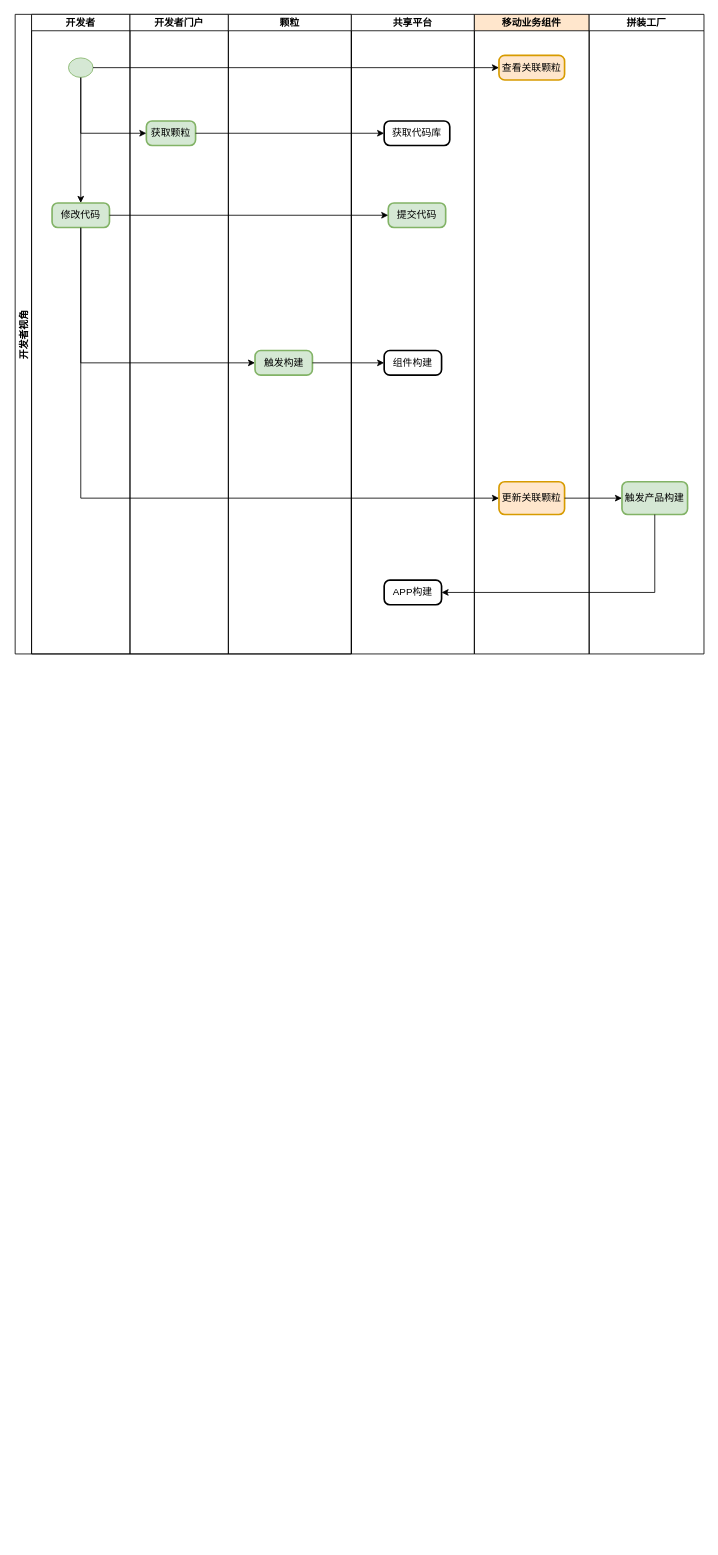
The draw.io diagram page "定制流程" (9 of 26) of nd-apf.drawio in kwhitestone/drawio, before the edit. Source tidied: cells renumbered, new cells numbered last; positions are measured from the earlier drawing's top-left corner, leaving out a move shared by most shapes. Both pictures are drawn from the tidied source at 82%, with x=0, y=0 at pixel (15, 14).
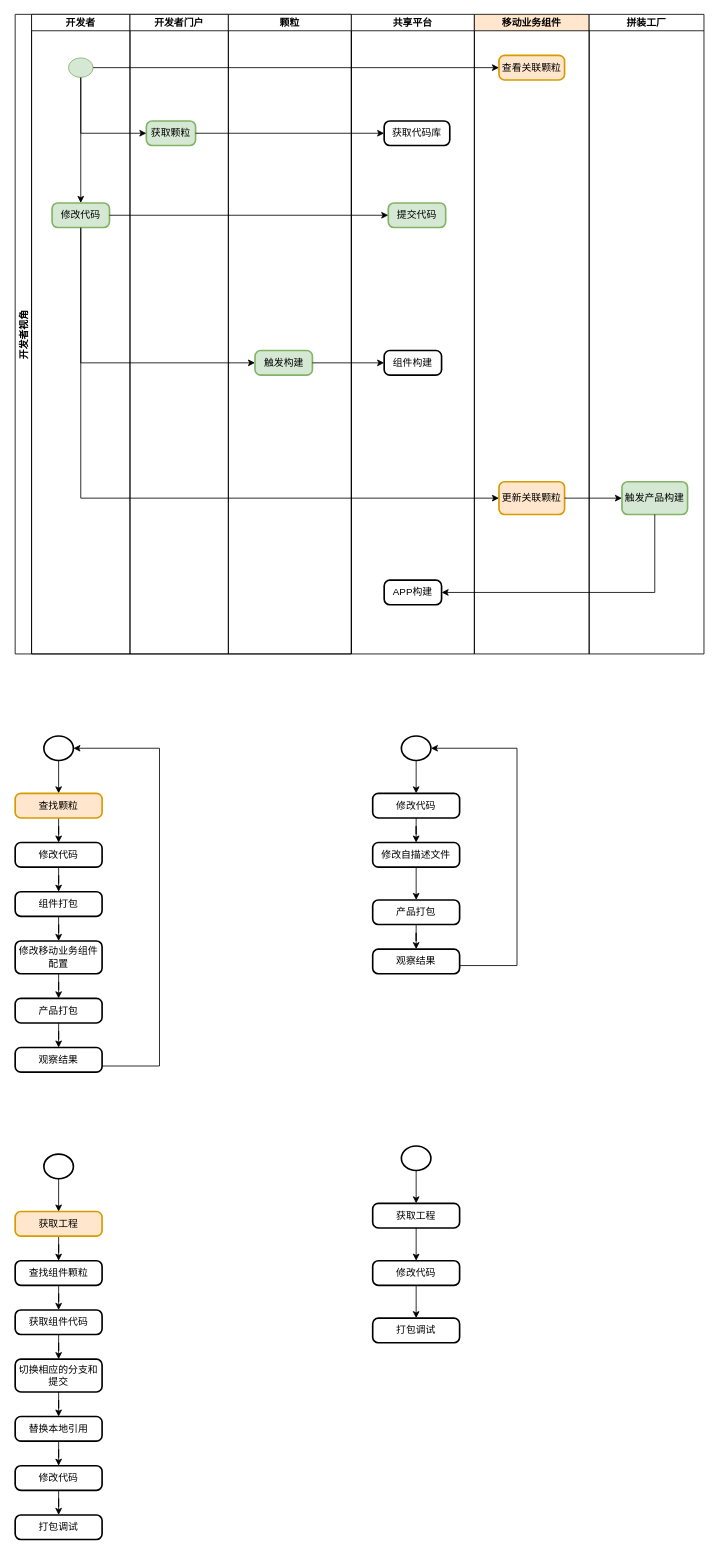
The same diagram, later.

What changed in the source:
```diff
@@
+    <mxCell id="30" style="edgeStyle=orthogonalEdgeStyle;rounded=0;jettySize=auto;html=1;" parent="1" edge="1" source="31" target="43">
+      <mxGeometry relative="1" as="geometry" />
+    </mxCell>
+    <mxCell id="31" style="strokeWidth=2;html=1;shape=mxgraph.flowchart.start_2;whiteSpace=wrap;" parent="1" vertex="1">
+      <mxGeometry x="35" y="880" width="36" height="30" as="geometry" />
+    </mxCell>
+    <mxCell id="32" style="edgeStyle=orthogonalEdgeStyle;rounded=0;jettySize=auto;html=1;entryX=0.5;entryY=0;entryDx=0;entryDy=0;" parent="1" edge="1" source="33" target="35">
+      <mxGeometry relative="1" as="geometry" />
+    </mxCell>
+    <mxCell id="33" value="修改代码" style="rounded=1;whiteSpace=wrap;html=1;absoluteArcSize=1;arcSize=14;strokeWidth=2;" parent="1" vertex="1">
+      <mxGeometry y="1010" width="106" height="30" as="geometry" />
+    </mxCell>
+    <mxCell id="34" style="edgeStyle=orthogonalEdgeStyle;rounded=0;jettySize=auto;html=1;entryX=0.5;entryY=0;entryDx=0;entryDy=0;" parent="1" edge="1" source="35" target="37">
+      <mxGeometry relative="1" as="geometry" />
+    </mxCell>
+    <mxCell id="35" value="组件打包" style="rounded=1;whiteSpace=wrap;html=1;absoluteArcSize=1;arcSize=14;strokeWidth=2;" parent="1" vertex="1">
+      <mxGeometry y="1070" width="106" height="30" as="geometry" />
+    </mxCell>
+    <mxCell id="36" style="edgeStyle=orthogonalEdgeStyle;rounded=0;jettySize=auto;html=1;entryX=0.5;entryY=0;entryDx=0;entryDy=0;" parent="1" edge="1" source="37" target="39">
+      <mxGeometry relative="1" as="geometry" />
+    </mxCell>
+    <mxCell id="37" value="修改移动业务组件配置" style="rounded=1;whiteSpace=wrap;html=1;absoluteArcSize=1;arcSize=14;strokeWidth=2;" parent="1" vertex="1">
+      <mxGeometry y="1130" width="106" height="40" as="geometry" />
+    </mxCell>
+    <mxCell id="38" style="edgeStyle=orthogonalEdgeStyle;rounded=0;jettySize=auto;html=1;entryX=0.5;entryY=0;entryDx=0;entryDy=0;" parent="1" edge="1" source="39" target="41">
+      <mxGeometry relative="1" as="geometry" />
+    </mxCell>
+    <mxCell id="39" value="产品打包" style="rounded=1;whiteSpace=wrap;html=1;absoluteArcSize=1;arcSize=14;strokeWidth=2;" parent="1" vertex="1">
+      <mxGeometry y="1200" width="106" height="30" as="geometry" />
+    </mxCell>
+    <mxCell id="40" style="edgeStyle=orthogonalEdgeStyle;rounded=0;jettySize=auto;html=1;entryX=1;entryY=0.5;entryDx=0;entryDy=0;entryPerimeter=0;exitX=1;exitY=0.75;exitDx=0;exitDy=0;" parent="1" edge="1" source="41" target="31">
+      <mxGeometry relative="1" as="geometry">
+        <Array as="points">
+          <mxPoint x="176" y="1282" />
+          <mxPoint x="176" y="895" />
+        </Array>
+      </mxGeometry>
+    </mxCell>
+    <mxCell id="41" value="观察结果" style="rounded=1;whiteSpace=wrap;html=1;absoluteArcSize=1;arcSize=14;strokeWidth=2;" parent="1" vertex="1">
+      <mxGeometry y="1260" width="106" height="30" as="geometry" />
+    </mxCell>
+    <mxCell id="42" style="edgeStyle=orthogonalEdgeStyle;rounded=0;jettySize=auto;html=1;entryX=0.5;entryY=0;entryDx=0;entryDy=0;" parent="1" edge="1" source="43" target="33">
+      <mxGeometry relative="1" as="geometry" />
+    </mxCell>
+    <mxCell id="43" value="查找颗粒" style="rounded=1;whiteSpace=wrap;html=1;absoluteArcSize=1;arcSize=14;strokeWidth=2;fillColor=#ffe6cc;strokeColor=#d79b00;" parent="1" vertex="1">
+      <mxGeometry y="950" width="106" height="30" as="geometry" />
+    </mxCell>
+    <mxCell id="44" style="edgeStyle=orthogonalEdgeStyle;rounded=0;jettySize=auto;html=1;" parent="1" edge="1" source="45" target="57">
+      <mxGeometry relative="1" as="geometry" />
+    </mxCell>
+    <mxCell id="45" style="strokeWidth=2;html=1;shape=mxgraph.flowchart.start_2;whiteSpace=wrap;" parent="1" vertex="1">
+      <mxGeometry x="35" y="1390" width="36" height="30" as="geometry" />
+    </mxCell>
+    <mxCell id="46" style="edgeStyle=orthogonalEdgeStyle;rounded=0;jettySize=auto;html=1;entryX=0.5;entryY=0;entryDx=0;entryDy=0;" parent="1" edge="1" source="47" target="49">
+      <mxGeometry relative="1" as="geometry" />
+    </mxCell>
+    <mxCell id="47" value="查找组件颗粒" style="rounded=1;whiteSpace=wrap;html=1;absoluteArcSize=1;arcSize=14;strokeWidth=2;" parent="1" vertex="1">
+      <mxGeometry y="1520" width="106" height="30" as="geometry" />
+    </mxCell>
+    <mxCell id="48" style="edgeStyle=orthogonalEdgeStyle;rounded=0;jettySize=auto;html=1;entryX=0.5;entryY=0;entryDx=0;entryDy=0;" parent="1" edge="1" source="49" target="51">
+      <mxGeometry relative="1" as="geometry" />
+    </mxCell>
+    <mxCell id="49" value="获取组件代码" style="rounded=1;whiteSpace=wrap;html=1;absoluteArcSize=1;arcSize=14;strokeWidth=2;" parent="1" vertex="1">
+      <mxGeometry y="1580" width="106" height="30" as="geometry" />
+    </mxCell>
+    <mxCell id="50" style="edgeStyle=orthogonalEdgeStyle;rounded=0;jettySize=auto;html=1;entryX=0.5;entryY=0;entryDx=0;entryDy=0;" parent="1" edge="1" source="51" target="53">
+      <mxGeometry relative="1" as="geometry" />
+    </mxCell>
+    <mxCell id="51" value="切换相应的分支和提交" style="rounded=1;whiteSpace=wrap;html=1;absoluteArcSize=1;arcSize=14;strokeWidth=2;" parent="1" vertex="1">
+      <mxGeometry y="1640" width="106" height="40" as="geometry" />
+    </mxCell>
+    <mxCell id="52" style="edgeStyle=orthogonalEdgeStyle;rounded=0;jettySize=auto;html=1;entryX=0.5;entryY=0;entryDx=0;entryDy=0;" parent="1" edge="1" source="53" target="55">
+      <mxGeometry relative="1" as="geometry" />
+    </mxCell>
+    <mxCell id="53" value="替换本地引用" style="rounded=1;whiteSpace=wrap;html=1;absoluteArcSize=1;arcSize=14;strokeWidth=2;" parent="1" vertex="1">
+      <mxGeometry y="1710" width="106" height="30" as="geometry" />
+    </mxCell>
+    <mxCell id="54" style="edgeStyle=orthogonalEdgeStyle;rounded=0;jettySize=auto;html=1;" parent="1" edge="1" source="55" target="58">
+      <mxGeometry relative="1" as="geometry" />
+    </mxCell>
+    <mxCell id="55" value="修改代码" style="rounded=1;whiteSpace=wrap;html=1;absoluteArcSize=1;arcSize=14;strokeWidth=2;" parent="1" vertex="1">
+      <mxGeometry y="1770" width="106" height="30" as="geometry" />
+    </mxCell>
+    <mxCell id="56" style="edgeStyle=orthogonalEdgeStyle;rounded=0;jettySize=auto;html=1;entryX=0.5;entryY=0;entryDx=0;entryDy=0;" parent="1" edge="1" source="57" target="47">
+      <mxGeometry relative="1" as="geometry" />
+    </mxCell>
+    <mxCell id="57" value="获取工程" style="rounded=1;whiteSpace=wrap;html=1;absoluteArcSize=1;arcSize=14;strokeWidth=2;fillColor=#ffe6cc;strokeColor=#d79b00;" parent="1" vertex="1">
+      <mxGeometry y="1460" width="106" height="30" as="geometry" />
+    </mxCell>
+    <mxCell id="58" value="打包调试" style="rounded=1;whiteSpace=wrap;html=1;absoluteArcSize=1;arcSize=14;strokeWidth=2;" parent="1" vertex="1">
+      <mxGeometry y="1830" width="106" height="30" as="geometry" />
+    </mxCell>
+    <mxCell id="59" style="edgeStyle=orthogonalEdgeStyle;rounded=0;jettySize=auto;html=1;" parent="1" edge="1" source="60" target="68">
+      <mxGeometry relative="1" as="geometry" />
+    </mxCell>
+    <mxCell id="60" style="strokeWidth=2;html=1;shape=mxgraph.flowchart.start_2;whiteSpace=wrap;" parent="1" vertex="1">
+      <mxGeometry x="471" y="880" width="36" height="30" as="geometry" />
+    </mxCell>
+    <mxCell id="61" style="edgeStyle=orthogonalEdgeStyle;rounded=0;jettySize=auto;html=1;entryX=0.5;entryY=0;entryDx=0;entryDy=0;" parent="1" edge="1" source="62" target="64">
+      <mxGeometry relative="1" as="geometry" />
+    </mxCell>
+    <mxCell id="62" value="修改自描述文件" style="rounded=1;whiteSpace=wrap;html=1;absoluteArcSize=1;arcSize=14;strokeWidth=2;" parent="1" vertex="1">
+      <mxGeometry x="436" y="1010" width="106" height="30" as="geometry" />
+    </mxCell>
+    <mxCell id="63" style="edgeStyle=orthogonalEdgeStyle;rounded=0;jettySize=auto;html=1;entryX=0.5;entryY=0;entryDx=0;entryDy=0;" parent="1" edge="1" source="64" target="66">
+      <mxGeometry relative="1" as="geometry" />
+    </mxCell>
+    <mxCell id="64" value="产品打包" style="rounded=1;whiteSpace=wrap;html=1;absoluteArcSize=1;arcSize=14;strokeWidth=2;" parent="1" vertex="1">
+      <mxGeometry x="436" y="1080" width="106" height="30" as="geometry" />
+    </mxCell>
+    <mxCell id="65" style="edgeStyle=orthogonalEdgeStyle;rounded=0;jettySize=auto;html=1;entryX=1;entryY=0.5;entryDx=0;entryDy=0;entryPerimeter=0;exitX=1;exitY=0.75;exitDx=0;exitDy=0;" parent="1" edge="1" source="66" target="60">
+      <mxGeometry relative="1" as="geometry">
+        <Array as="points">
+          <mxPoint x="542" y="1160" />
+          <mxPoint x="612" y="1160" />
+          <mxPoint x="612" y="895" />
+        </Array>
+      </mxGeometry>
+    </mxCell>
+    <mxCell id="66" value="观察结果" style="rounded=1;whiteSpace=wrap;html=1;absoluteArcSize=1;arcSize=14;strokeWidth=2;" parent="1" vertex="1">
+      <mxGeometry x="436" y="1140" width="106" height="30" as="geometry" />
+    </mxCell>
+    <mxCell id="67" style="edgeStyle=orthogonalEdgeStyle;rounded=0;jettySize=auto;html=1;entryX=0.5;entryY=0;entryDx=0;entryDy=0;" parent="1" edge="1" source="68" target="62">
+      <mxGeometry relative="1" as="geometry" />
+    </mxCell>
+    <mxCell id="68" value="修改代码" style="rounded=1;whiteSpace=wrap;html=1;absoluteArcSize=1;arcSize=14;strokeWidth=2;" parent="1" vertex="1">
+      <mxGeometry x="436" y="950" width="106" height="30" as="geometry" />
+    </mxCell>
+    <mxCell id="69" style="edgeStyle=orthogonalEdgeStyle;rounded=0;jettySize=auto;html=1;" parent="1" edge="1" source="70" target="74">
+      <mxGeometry relative="1" as="geometry" />
+    </mxCell>
+    <mxCell id="70" style="strokeWidth=2;html=1;shape=mxgraph.flowchart.start_2;whiteSpace=wrap;" parent="1" vertex="1">
+      <mxGeometry x="471" y="1380" width="36" height="30" as="geometry" />
+    </mxCell>
+    <mxCell id="71" style="edgeStyle=orthogonalEdgeStyle;rounded=0;jettySize=auto;html=1;" parent="1" edge="1" source="72" target="75">
+      <mxGeometry relative="1" as="geometry" />
+    </mxCell>
+    <mxCell id="72" value="修改代码" style="rounded=1;whiteSpace=wrap;html=1;absoluteArcSize=1;arcSize=14;strokeWidth=2;" parent="1" vertex="1">
+      <mxGeometry x="436" y="1520" width="106" height="30" as="geometry" />
+    </mxCell>
+    <mxCell id="73" style="edgeStyle=orthogonalEdgeStyle;rounded=0;jettySize=auto;html=1;entryX=0.5;entryY=0;entryDx=0;entryDy=0;" parent="1" edge="1" source="74" target="72">
+      <mxGeometry relative="1" as="geometry" />
+    </mxCell>
+    <mxCell id="74" value="获取工程" style="rounded=1;whiteSpace=wrap;html=1;absoluteArcSize=1;arcSize=14;strokeWidth=2;" parent="1" vertex="1">
+      <mxGeometry x="436" y="1450" width="106" height="30" as="geometry" />
+    </mxCell>
+    <mxCell id="75" value="打包调试" style="rounded=1;whiteSpace=wrap;html=1;absoluteArcSize=1;arcSize=14;strokeWidth=2;" parent="1" vertex="1">
+      <mxGeometry x="436" y="1590" width="106" height="30" as="geometry" />
+    </mxCell>
```
